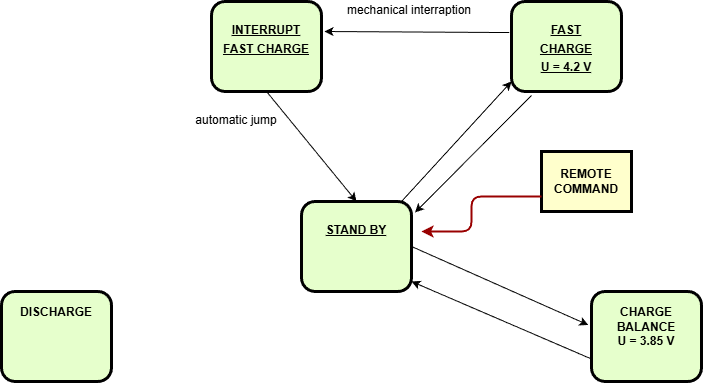
Earlier version of the draw.io export Диаграмма без названия.drawio.png (alezalez8/goit). Source tidied: cells renumbered, new cells last; positions are measured from the earlier drawing's top-left corner, leaving out a move shared by most shapes.
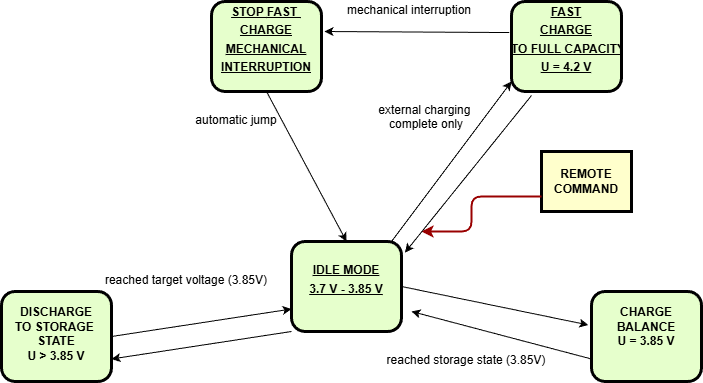
After the change.

What changed in the source:
```diff
@@ -5,22 +5,22 @@
     <mxCell id="2" value="REMOTE&#10;COMMAND" style="whiteSpace=wrap;align=center;verticalAlign=middle;fontStyle=1;strokeWidth=3;fillColor=#FFFFCC;" parent="1" vertex="1">
       <mxGeometry x="540" y="150" width="90" height="60" as="geometry" />
     </mxCell>
-    <mxCell id="3" value="&lt;p style=&quot;margin: 0px; margin-top: 4px; text-align: center; text-decoration: underline;&quot;&gt;&lt;br&gt;&lt;/p&gt;&lt;p style=&quot;margin: 0px; margin-top: 4px; text-align: center; text-decoration: underline;&quot;&gt;STAND BY&lt;/p&gt;" style="verticalAlign=middle;align=center;overflow=fill;fontSize=12;fontFamily=Helvetica;html=1;rounded=1;fontStyle=1;strokeWidth=3;fillColor=#E6FFCC;" parent="1" vertex="1">
-      <mxGeometry x="300" y="200" width="110" height="90" as="geometry" />
+    <mxCell id="3" value="&lt;p style=&quot;margin: 0px; margin-top: 4px; text-align: center; text-decoration: underline;&quot;&gt;&lt;br&gt;&lt;/p&gt;&lt;p style=&quot;margin: 0px; margin-top: 4px; text-align: center; text-decoration: underline;&quot;&gt;IDLE MODE&lt;/p&gt;&lt;p style=&quot;margin: 0px; margin-top: 4px; text-align: center; text-decoration: underline;&quot;&gt;3.7 V - 3.85 V&lt;/p&gt;" style="verticalAlign=middle;align=center;overflow=fill;fontSize=12;fontFamily=Helvetica;html=1;rounded=1;fontStyle=1;strokeWidth=3;fillColor=#E6FFCC;" parent="1" vertex="1">
+      <mxGeometry x="290" y="240" width="110" height="90" as="geometry" />
     </mxCell>
-    <mxCell id="4" value="&lt;p style=&quot;margin: 0px; margin-top: 4px; text-align: center; text-decoration: underline;&quot;&gt;&lt;br&gt;&lt;/p&gt;&lt;p style=&quot;margin: 0px; margin-top: 4px; text-align: center; text-decoration: underline;&quot;&gt;FAST&lt;/p&gt;&lt;p style=&quot;margin: 0px; margin-top: 4px; text-align: center; text-decoration: underline;&quot;&gt;CHARGE&lt;/p&gt;&lt;p style=&quot;margin: 0px; margin-top: 4px; text-align: center; text-decoration: underline;&quot;&gt;U = 4.2 V&lt;/p&gt;" style="verticalAlign=middle;align=center;overflow=fill;fontSize=12;fontFamily=Helvetica;html=1;rounded=1;fontStyle=1;strokeWidth=3;fillColor=#E6FFCC;" parent="1" vertex="1">
+    <mxCell id="4" value="&lt;p style=&quot;margin: 0px; margin-top: 4px; text-align: center; text-decoration: underline;&quot;&gt;&lt;span style=&quot;background-color: initial;&quot;&gt;FAST&lt;/span&gt;&lt;/p&gt;&lt;p style=&quot;margin: 0px; margin-top: 4px; text-align: center; text-decoration: underline;&quot;&gt;CHARGE&lt;/p&gt;&lt;p style=&quot;margin: 0px; margin-top: 4px; text-align: center; text-decoration: underline;&quot;&gt;TO FULL CAPACITY&lt;/p&gt;&lt;p style=&quot;margin: 0px; margin-top: 4px; text-align: center; text-decoration: underline;&quot;&gt;U = 4.2 V&lt;/p&gt;" style="verticalAlign=middle;align=center;overflow=fill;fontSize=12;fontFamily=Helvetica;html=1;rounded=1;fontStyle=1;strokeWidth=3;fillColor=#E6FFCC;" parent="1" vertex="1">
       <mxGeometry x="510" width="110" height="90" as="geometry" />
     </mxCell>
     <mxCell id="5" value="&lt;div&gt;&lt;br&gt;&lt;/div&gt;&lt;div&gt;CHARGE&lt;/div&gt;&lt;div&gt;BALANCE&lt;/div&gt;&lt;div&gt;U = 3.85 V&lt;/div&gt;" style="verticalAlign=middle;align=center;overflow=fill;fontSize=12;fontFamily=Helvetica;html=1;rounded=1;fontStyle=1;strokeWidth=3;fillColor=#E6FFCC;" parent="1" vertex="1">
       <mxGeometry x="590" y="290" width="110" height="90" as="geometry" />
     </mxCell>
-    <mxCell id="6" value="&lt;p style=&quot;margin: 0px; margin-top: 4px; text-align: center; text-decoration: underline;&quot;&gt;&lt;br&gt;&lt;/p&gt;&lt;p style=&quot;margin: 0px; margin-top: 4px; text-align: center; text-decoration: underline;&quot;&gt;INTERRUPT&lt;/p&gt;&lt;p style=&quot;margin: 0px; margin-top: 4px; text-align: center; text-decoration: underline;&quot;&gt;FAST CHARGE&lt;/p&gt;" style="verticalAlign=middle;align=center;overflow=fill;fontSize=12;fontFamily=Helvetica;html=1;rounded=1;fontStyle=1;strokeWidth=3;fillColor=#E6FFCC;" parent="1" vertex="1">
+    <mxCell id="6" value="&lt;p style=&quot;margin: 0px; margin-top: 4px; text-align: center; text-decoration: underline;&quot;&gt;&lt;span style=&quot;background-color: initial;&quot;&gt;STOP&amp;nbsp;&lt;/span&gt;&lt;span style=&quot;background-color: initial;&quot;&gt;FAST&amp;nbsp;&lt;/span&gt;&lt;/p&gt;&lt;p style=&quot;margin: 0px; margin-top: 4px; text-align: center; text-decoration: underline;&quot;&gt;&lt;span style=&quot;background-color: initial;&quot;&gt;CHARGE&lt;/span&gt;&lt;/p&gt;&lt;p style=&quot;margin: 0px; margin-top: 4px; text-align: center; text-decoration: underline;&quot;&gt;MECHANICAL&lt;/p&gt;&lt;p style=&quot;margin: 0px; margin-top: 4px; text-align: center; text-decoration: underline;&quot;&gt;INTERRUPTION&lt;/p&gt;" style="verticalAlign=middle;align=center;overflow=fill;fontSize=12;fontFamily=Helvetica;html=1;rounded=1;fontStyle=1;strokeWidth=3;fillColor=#E6FFCC;" parent="1" vertex="1">
       <mxGeometry x="210" width="110" height="90" as="geometry" />
     </mxCell>
-    <mxCell id="7" value="&lt;div&gt;&lt;br&gt;&lt;/div&gt;&lt;div&gt;DISCHARGE&lt;/div&gt;" style="verticalAlign=middle;align=center;overflow=fill;fontSize=12;fontFamily=Helvetica;html=1;rounded=1;fontStyle=1;strokeWidth=3;fillColor=#E6FFCC;" parent="1" vertex="1">
+    <mxCell id="7" value="&lt;div&gt;&lt;br&gt;&lt;/div&gt;&lt;div&gt;DISCHARGE&lt;/div&gt;&lt;div&gt;TO STORAGE&amp;nbsp;&lt;/div&gt;&lt;div&gt;STATE&lt;/div&gt;&lt;div&gt;U &amp;gt; 3.85 V&lt;/div&gt;" style="verticalAlign=middle;align=center;overflow=fill;fontSize=12;fontFamily=Helvetica;html=1;rounded=1;fontStyle=1;strokeWidth=3;fillColor=#E6FFCC;" parent="1" vertex="1">
       <mxGeometry y="290" width="110" height="90" as="geometry" />
     </mxCell>
-    <mxCell id="8" value="mechanical interraption" style="text;spacingTop=-5;align=center;" parent="1" vertex="1">
+    <mxCell id="8" value="mechanical interruption" style="text;spacingTop=-5;align=center;" parent="1" vertex="1">
       <mxGeometry x="393" width="30" height="20" as="geometry" />
     </mxCell>
     <mxCell id="9" style="endArrow=classic;html=1;rounded=0;entryX=-0.029;entryY=0.372;entryDx=0;entryDy=0;entryPerimeter=0;exitX=1;exitY=0.5;exitDx=0;exitDy=0;" parent="1" edge="1" source="3" target="5">
@@ -28,7 +28,7 @@
     </mxCell>
     <mxCell id="10" style="endArrow=classic;html=1;rounded=0;exitX=0;exitY=0.75;exitDx=0;exitDy=0;" parent="1" edge="1" source="5">
       <mxGeometry relative="1" as="geometry">
-        <mxPoint x="410" y="280" as="targetPoint" />
+        <mxPoint x="410" y="310" as="targetPoint" />
       </mxGeometry>
     </mxCell>
     <mxCell id="11" style="endArrow=classic;html=1;rounded=0;exitX=0.909;exitY=0;exitDx=0;exitDy=0;exitPerimeter=0;" parent="1" edge="1" source="3">
@@ -60,5 +60,20 @@
     <mxCell id="16" value="automatic jump" style="text;spacingTop=-5;align=center;" parent="1" vertex="1">
       <mxGeometry x="220" y="110" width="30" height="20" as="geometry" />
     </mxCell>
+    <mxCell id="17" style="endArrow=classic;html=1;rounded=0;exitX=0;exitY=1;exitDx=0;exitDy=0;entryX=1;entryY=0.75;entryDx=0;entryDy=0;" parent="1" edge="1" source="3" target="7">
+      <mxGeometry relative="1" as="geometry" />
+    </mxCell>
+    <mxCell id="18" style="endArrow=classic;html=1;rounded=0;exitX=1;exitY=0.5;exitDx=0;exitDy=0;entryX=0;entryY=0.75;entryDx=0;entryDy=0;" parent="1" edge="1" source="7" target="3">
+      <mxGeometry relative="1" as="geometry" />
+    </mxCell>
+    <mxCell id="19" value="reached storage state (3.85V)" style="text;spacingTop=-5;align=center;" parent="1" vertex="1">
+      <mxGeometry x="450" y="350" width="30" height="20" as="geometry" />
+    </mxCell>
+    <mxCell id="20" value="reached target voltage (3.85V)" style="text;spacingTop=-5;align=center;" parent="1" vertex="1">
+      <mxGeometry x="170" y="270" width="30" height="20" as="geometry" />
+    </mxCell>
+    <mxCell id="21" value="external charging &#10;complete only" style="text;spacingTop=-5;align=center;" parent="1" vertex="1">
+      <mxGeometry x="410" y="100" width="30" height="20" as="geometry" />
+    </mxCell>
   </root>
 </mxGraphModel>
```
